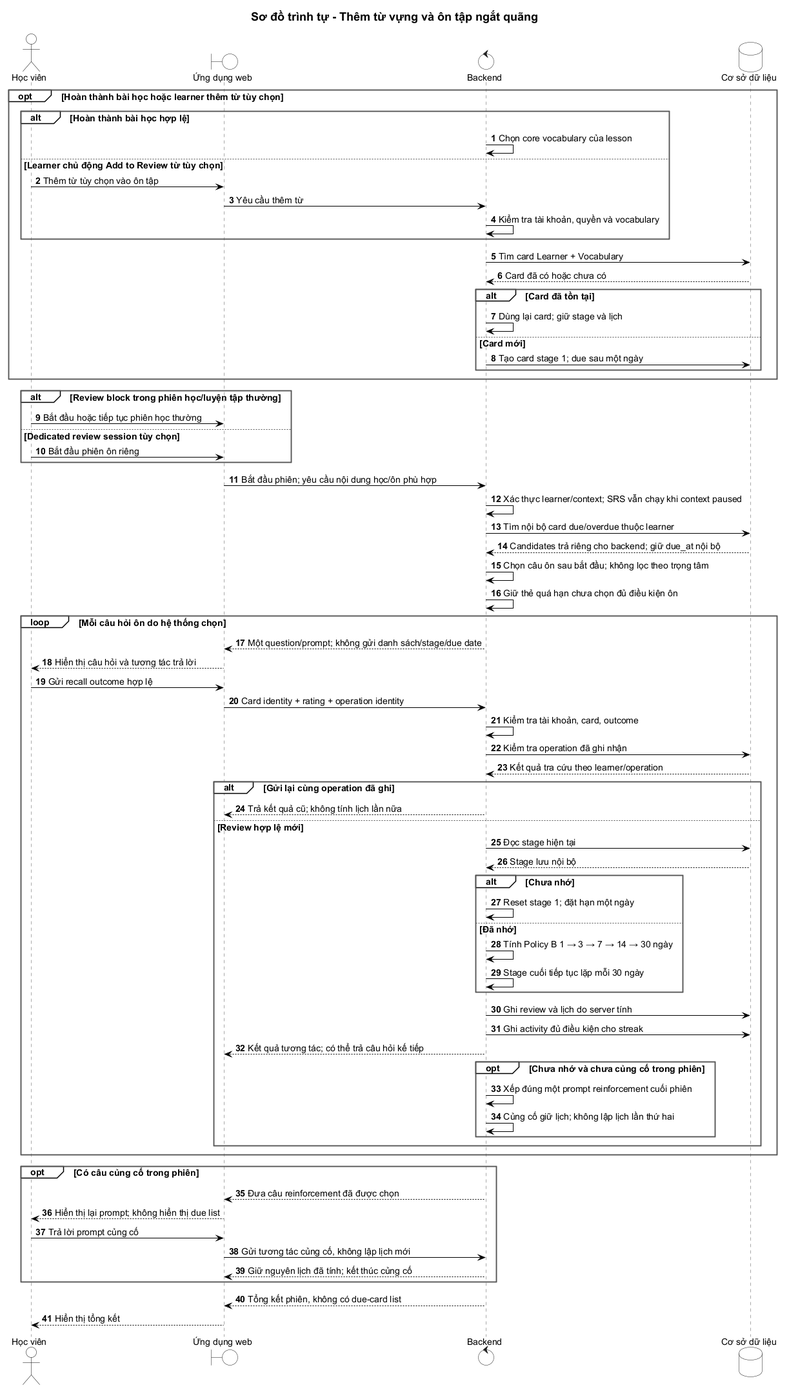
Before: docs/modeling/current-target/rendered/SEQ-08-srs-review.png, a diagram exported from PlantUML (PhamNguyenThanhTung/lingora-workspace).
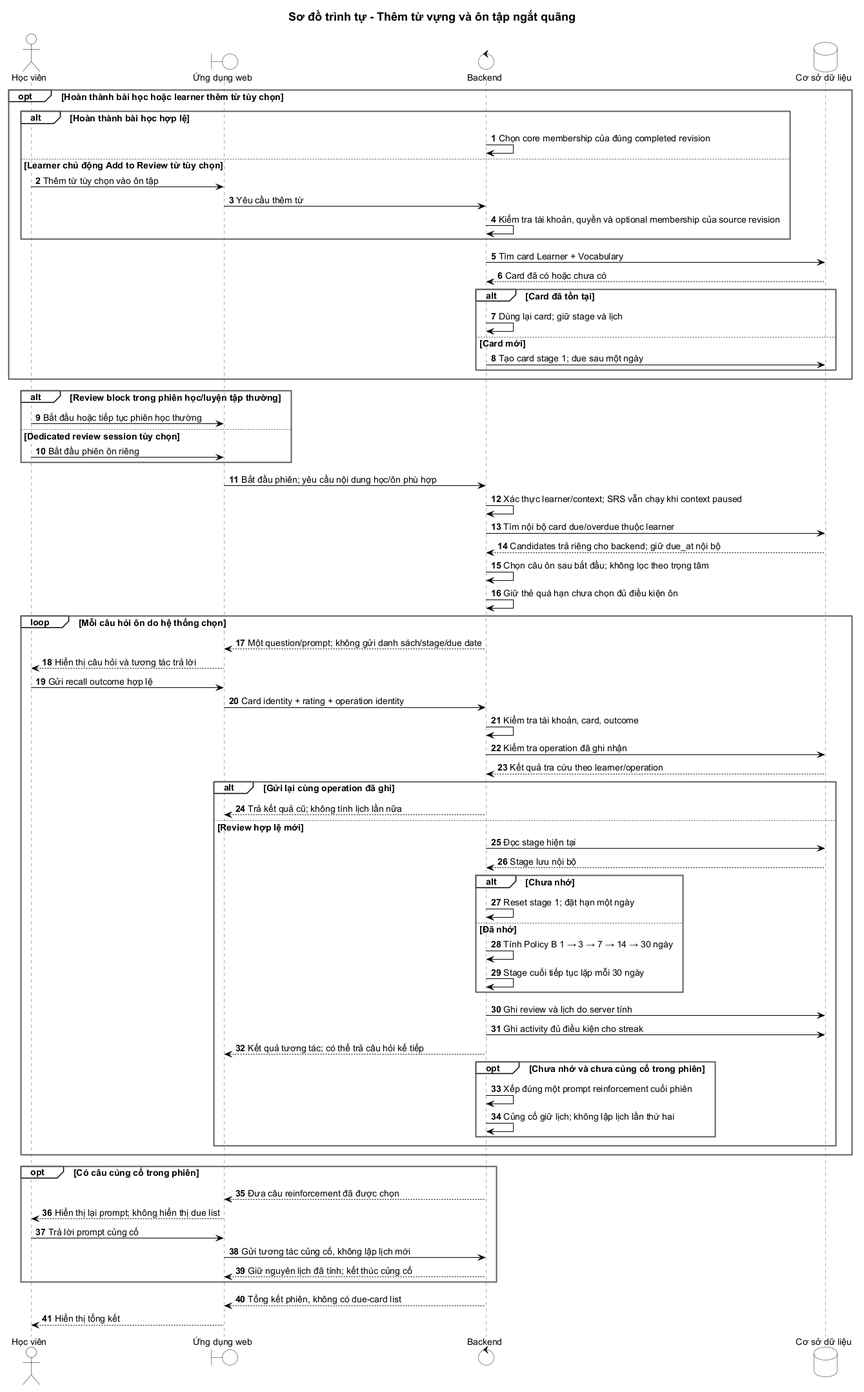
After the change.

Change to the diagram source:
```diff
@@ -9,11 +9,11 @@
 
 opt Hoàn thành bài học hoặc learner thêm từ tùy chọn
   alt Hoàn thành bài học hợp lệ
-    Server -> Server : Chọn core vocabulary của lesson
+    Server -> Server : Chọn core membership của đúng completed revision
   else Learner chủ động Add to Review từ tùy chọn
     Learner -> Web : Thêm từ tùy chọn vào ôn tập
     Web -> Server : Yêu cầu thêm từ
-    Server -> Server : Kiểm tra tài khoản, quyền và vocabulary
+    Server -> Server : Kiểm tra tài khoản, quyền và optional membership của source revision
   end
   Server -> DB : Tìm card Learner + Vocabulary
   DB --> Server : Card đã có hoặc chưa có
```
